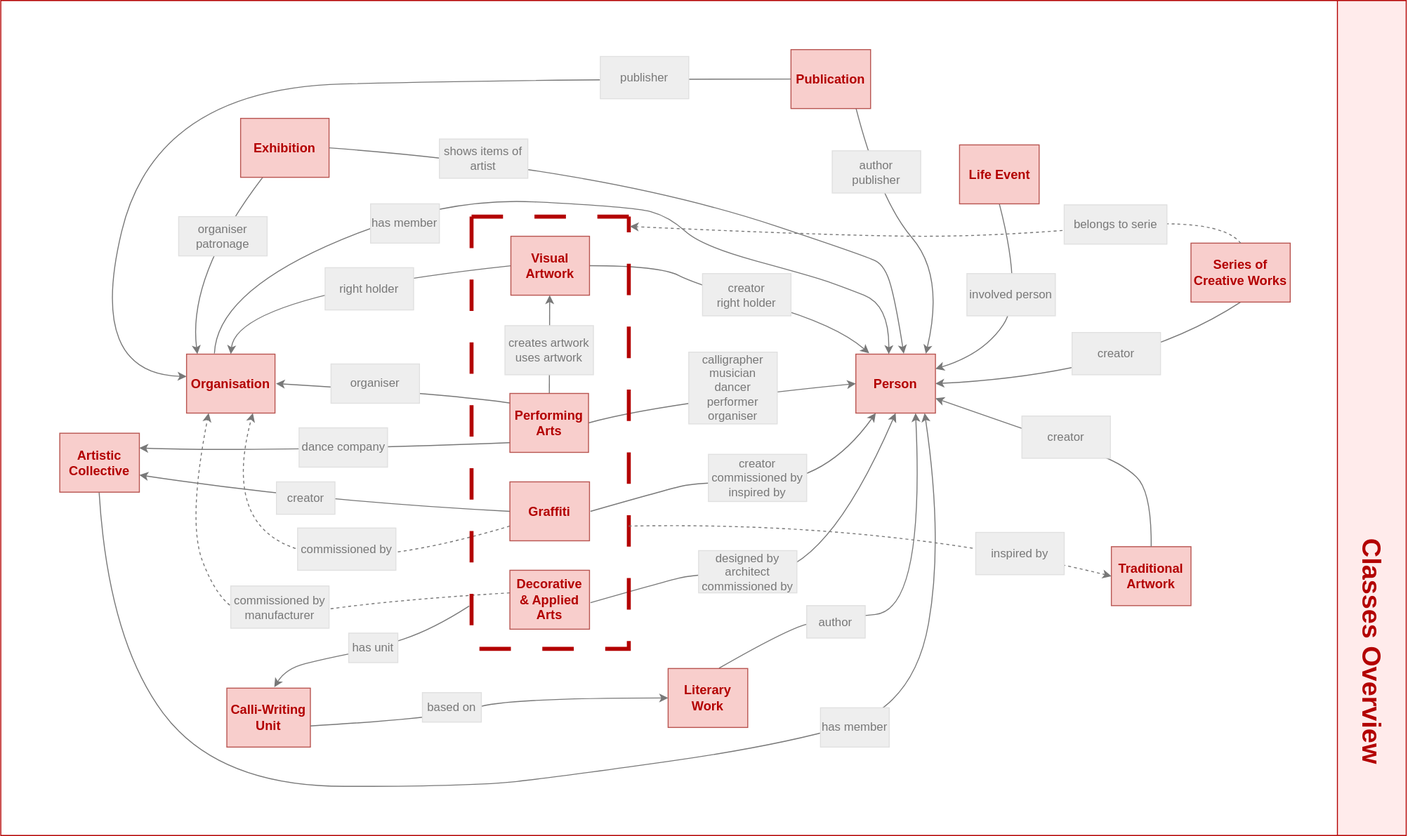
Earlier version of the draw.io export static/img/classesOverview.svg (write-dataset/documentation). Source tidied: cells renumbered, new cells last; positions are measured from the earlier drawing's top-left corner, leaving out a move shared by most shapes.
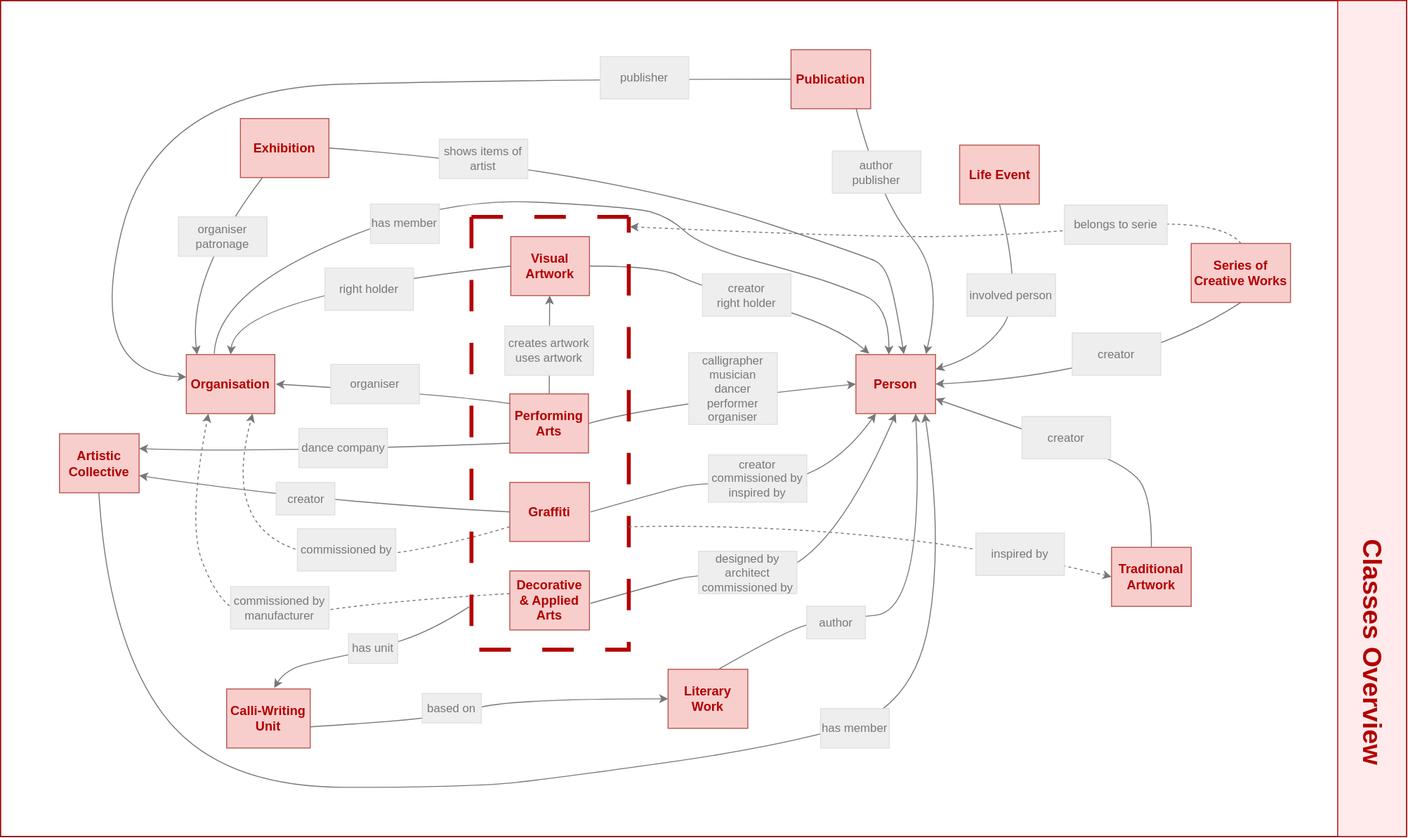
Above is the later version.

What changed in the source:
```diff
@@ -2,6 +2,9 @@
   <root>
     <mxCell id="0" />
     <mxCell id="1" parent="0" />
+    <mxCell id="68" style="rounded=0;whiteSpace=wrap;html=1;" parent="1" vertex="1">
+      <mxGeometry width="1430" height="850" as="geometry" />
+    </mxCell>
     <mxCell id="2" style="curved=1;endArrow=classic;html=1;rounded=0;strokeColor=#787878;exitX=0.5;exitY=1;exitDx=0;exitDy=0;entryX=1;entryY=0.5;entryDx=0;entryDy=0;" parent="1" edge="1" source="63" target="19">
       <mxGeometry relative="1" as="geometry">
         <Array as="points">
```
